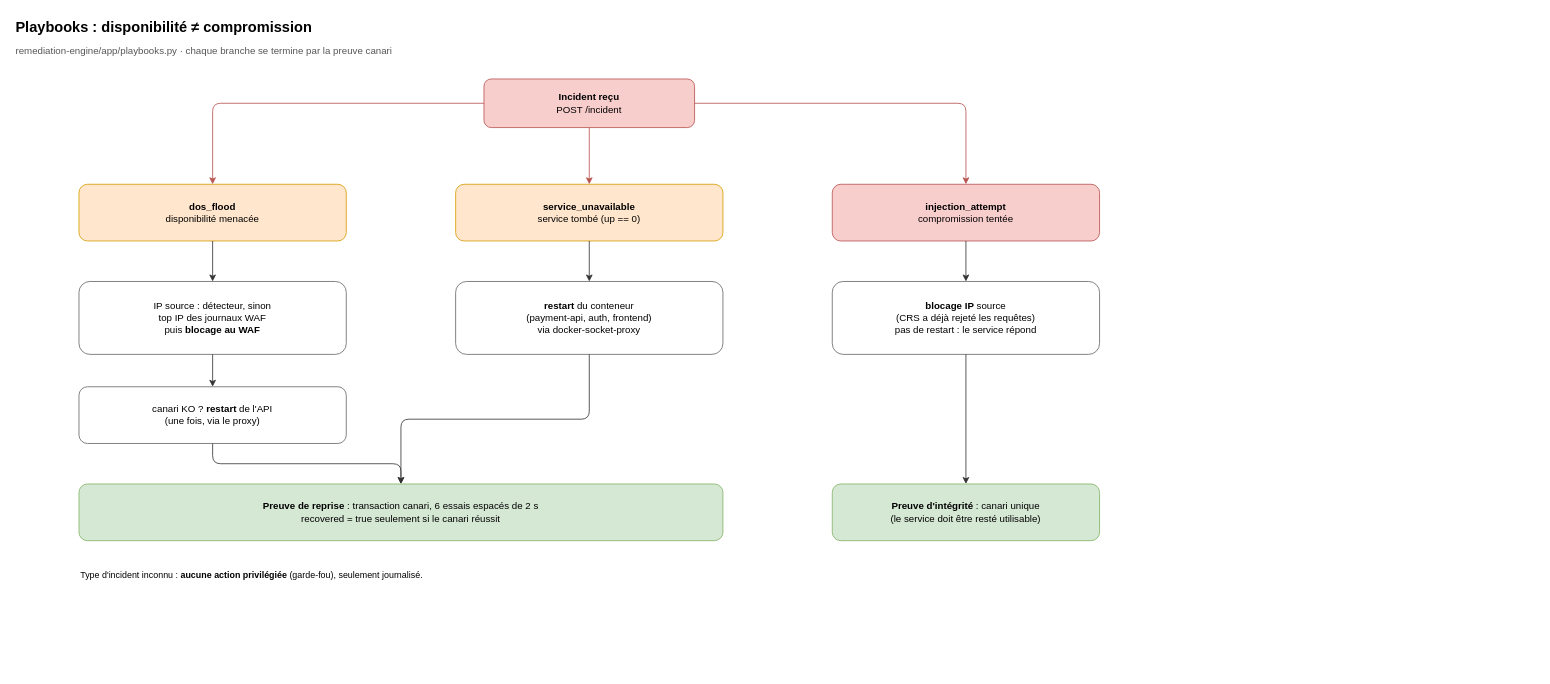
Before: page "Playbooks de remédiation" (2 of 2) of docs/diagrams/incident.drawio in Rococo77/Workshop-26, a draw.io diagram. Source tidied: cells renumbered, new cells numbered last; positions are measured from the earlier drawing's top-left corner, leaving out a move shared by most shapes. Both pictures are drawn from the tidied source at 81%, with x=0, y=0 at pixel (14, 14).
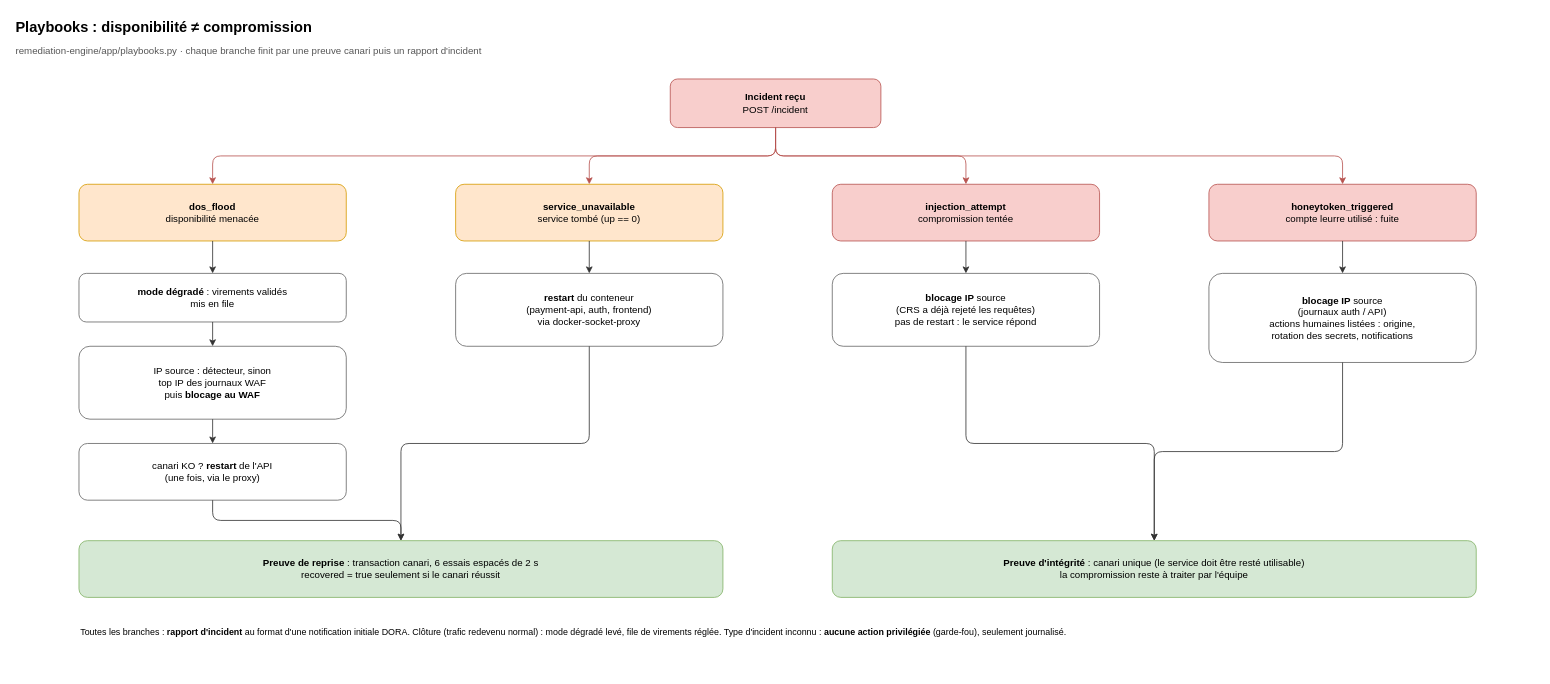
The same diagram, later.

The change refers to these unchanged cells:
```xml
<mxCell id="5" value="&lt;b&gt;dos_flood&lt;/b&gt;&lt;br&gt;disponibilité menacée" style="rounded=1;whiteSpace=wrap;html=1;fillColor=#ffe6cc;strokeColor=#d79b00;" parent="1" vertex="1">
  <mxGeometry x="80" y="210" width="330" height="70" as="geometry" />
</mxCell>
<mxCell id="6" value="&lt;b&gt;service_unavailable&lt;/b&gt;&lt;br&gt;service tombé (up == 0)" style="rounded=1;whiteSpace=wrap;html=1;fillColor=#ffe6cc;strokeColor=#d79b00;" parent="1" vertex="1">
  <mxGeometry x="545" y="210" width="330" height="70" as="geometry" />
</mxCell>
<mxCell id="7" value="&lt;b&gt;injection_attempt&lt;/b&gt;&lt;br&gt;compromission tentée" style="rounded=1;whiteSpace=wrap;html=1;fillColor=#f8cecc;strokeColor=#b85450;" parent="1" vertex="1">
  <mxGeometry x="1010" y="210" width="330" height="70" as="geometry" />
</mxCell>
```

Diff of the diagram source:
```diff
@@
     <mxCell id="2" value="&lt;b&gt;Playbooks : disponibilité ≠ compromission&lt;/b&gt;" style="text;html=1;whiteSpace=wrap;align=left;verticalAlign=top;fontSize=18;" parent="1" vertex="1">
-      <mxGeometry width="1420" height="30" as="geometry" />
+      <mxGeometry width="1880" height="30" as="geometry" />
     </mxCell>
-    <mxCell id="3" value="remediation-engine/app/playbooks.py · chaque branche se termine par la preuve canari" style="text;html=1;whiteSpace=wrap;align=left;verticalAlign=top;fontSize=12;fontColor=#555555;" parent="1" vertex="1">
-      <mxGeometry y="32" width="1420" height="24" as="geometry" />
+    <mxCell id="3" value="remediation-engine/app/playbooks.py · chaque branche finit par une preuve canari puis un rapport d'incident" style="text;html=1;whiteSpace=wrap;align=left;verticalAlign=top;fontSize=12;fontColor=#555555;" parent="1" vertex="1">
+      <mxGeometry y="32" width="1880" height="24" as="geometry" />
     </mxCell>
     <mxCell id="4" value="&lt;b&gt;Incident reçu&lt;/b&gt;&lt;br&gt;POST /incident" style="rounded=1;whiteSpace=wrap;html=1;fillColor=#f8cecc;strokeColor=#b85450;" parent="1" vertex="1">
-      <mxGeometry x="580" y="80" width="260" height="60" as="geometry" />
+      <mxGeometry x="810" y="80" width="260" height="60" as="geometry" />
     </mxCell>
@@
+    <mxCell id="25" value="&lt;b&gt;honeytoken_triggered&lt;/b&gt;&lt;br&gt;compte leurre utilisé : fuite" style="rounded=1;whiteSpace=wrap;html=1;fillColor=#f8cecc;strokeColor=#b85450;" parent="1" vertex="1">
+      <mxGeometry x="1475" y="210" width="330" height="70" as="geometry" />
+    </mxCell>
+    <mxCell id="26" value="&lt;b&gt;mode dégradé&lt;/b&gt; : virements validés&lt;br&gt;mis en file" style="rounded=1;whiteSpace=wrap;html=1;fillColor=#ffffff;strokeColor=#666666;" parent="1" vertex="1">
+      <mxGeometry x="80" y="320" width="330" height="60" as="geometry" />
+    </mxCell>
     <mxCell id="8" value="IP source : détecteur, sinon&lt;br&gt;top IP des journaux WAF&lt;br&gt;puis &lt;b&gt;blocage au WAF&lt;/b&gt;" style="rounded=1;whiteSpace=wrap;html=1;fillColor=#ffffff;strokeColor=#666666;" parent="1" vertex="1">
-      <mxGeometry x="80" y="330" width="330" height="90" as="geometry" />
+      <mxGeometry x="80" y="410" width="330" height="90" as="geometry" />
     </mxCell>
     <mxCell id="9" value="canari KO ? &lt;b&gt;restart&lt;/b&gt; de l'API&lt;br&gt;(une fois, via le proxy)" style="rounded=1;whiteSpace=wrap;html=1;fillColor=#ffffff;strokeColor=#666666;" parent="1" vertex="1">
-      <mxGeometry x="80" y="460" width="330" height="70" as="geometry" />
+      <mxGeometry x="80" y="530" width="330" height="70" as="geometry" />
     </mxCell>
     <mxCell id="10" value="&lt;b&gt;restart&lt;/b&gt; du conteneur&lt;br&gt;(payment-api, auth, frontend)&lt;br&gt;via docker-socket-proxy" style="rounded=1;whiteSpace=wrap;html=1;fillColor=#ffffff;strokeColor=#666666;" parent="1" vertex="1">
-      <mxGeometry x="545" y="330" width="330" height="90" as="geometry" />
+      <mxGeometry x="545" y="320" width="330" height="90" as="geometry" />
     </mxCell>
     <mxCell id="11" value="&lt;b&gt;blocage IP&lt;/b&gt; source&lt;br&gt;(CRS a déjà rejeté les requêtes)&lt;br&gt;pas de restart : le service répond" style="rounded=1;whiteSpace=wrap;html=1;fillColor=#ffffff;strokeColor=#666666;" parent="1" vertex="1">
-      <mxGeometry x="1010" y="330" width="330" height="90" as="geometry" />
+      <mxGeometry x="1010" y="320" width="330" height="90" as="geometry" />
     </mxCell>
+    <mxCell id="27" value="&lt;b&gt;blocage IP&lt;/b&gt; source&lt;br&gt;(journaux auth / API)&lt;br&gt;actions humaines listées : origine,&lt;br&gt;rotation des secrets, notifications" style="rounded=1;whiteSpace=wrap;html=1;fillColor=#ffffff;strokeColor=#666666;" parent="1" vertex="1">
+      <mxGeometry x="1475" y="320" width="330" height="110" as="geometry" />
+    </mxCell>
     <mxCell id="12" value="&lt;b&gt;Preuve de reprise&lt;/b&gt; : transaction canari, 6 essais espacés de 2 s&lt;br&gt;recovered = true seulement si le canari réussit" style="rounded=1;whiteSpace=wrap;html=1;fillColor=#d5e8d4;strokeColor=#82b366;" parent="1" vertex="1">
-      <mxGeometry x="80" y="580" width="795" height="70" as="geometry" />
+      <mxGeometry x="80" y="650" width="795" height="70" as="geometry" />
     </mxCell>
-    <mxCell id="13" value="&lt;b&gt;Preuve d'intégrité&lt;/b&gt; : canari unique&lt;br&gt;(le service doit être resté utilisable)" style="rounded=1;whiteSpace=wrap;html=1;fillColor=#d5e8d4;strokeColor=#82b366;" parent="1" vertex="1">
-      <mxGeometry x="1010" y="580" width="330" height="70" as="geometry" />
+    <mxCell id="13" value="&lt;b&gt;Preuve d'intégrité&lt;/b&gt; : canari unique (le service doit être resté utilisable)&lt;br&gt;la compromission reste à traiter par l'équipe" style="rounded=1;whiteSpace=wrap;html=1;fillColor=#d5e8d4;strokeColor=#82b366;" parent="1" vertex="1">
+      <mxGeometry x="1010" y="650" width="795" height="70" as="geometry" />
     </mxCell>
-    <mxCell id="14" style="edgeStyle=orthogonalEdgeStyle;rounded=1;html=1;labelBackgroundColor=default;fontSize=11;strokeColor=#b85450;fontColor=#b85450;strokeWidth=1;" parent="1" edge="1" source="4" target="5">
-      <mxGeometry relative="1" as="geometry" />
+    <mxCell id="14" style="edgeStyle=orthogonalEdgeStyle;rounded=1;html=1;labelBackgroundColor=default;fontSize=11;strokeColor=#b85450;fontColor=#b85450;strokeWidth=1;exitX=0.5;exitY=1;exitDx=0;exitDy=0;entryX=0.5;entryY=0;entryDx=0;entryDy=0;" parent="1" edge="1" source="4" target="5">
+      <mxGeometry relative="1" as="geometry">
+        <Array as="points">
+          <mxPoint x="940" y="175" />
+          <mxPoint x="245" y="175" />
+        </Array>
+      </mxGeometry>
     </mxCell>
-    <mxCell id="15" style="edgeStyle=orthogonalEdgeStyle;rounded=1;html=1;labelBackgroundColor=default;fontSize=11;strokeColor=#b85450;fontColor=#b85450;strokeWidth=1;" parent="1" edge="1" source="4" target="6">
-      <mxGeometry relative="1" as="geometry" />
+    <mxCell id="15" style="edgeStyle=orthogonalEdgeStyle;rounded=1;html=1;labelBackgroundColor=default;fontSize=11;strokeColor=#b85450;fontColor=#b85450;strokeWidth=1;exitX=0.5;exitY=1;exitDx=0;exitDy=0;entryX=0.5;entryY=0;entryDx=0;entryDy=0;" parent="1" edge="1" source="4" target="6">
+      <mxGeometry relative="1" as="geometry">
+        <Array as="points">
+          <mxPoint x="940" y="175" />
+          <mxPoint x="710" y="175" />
+        </Array>
+      </mxGeometry>
     </mxCell>
-    <mxCell id="16" style="edgeStyle=orthogonalEdgeStyle;rounded=1;html=1;labelBackgroundColor=default;fontSize=11;strokeColor=#b85450;fontColor=#b85450;strokeWidth=1;" parent="1" edge="1" source="4" target="7">
-      <mxGeometry relative="1" as="geometry" />
+    <mxCell id="16" style="edgeStyle=orthogonalEdgeStyle;rounded=1;html=1;labelBackgroundColor=default;fontSize=11;strokeColor=#b85450;fontColor=#b85450;strokeWidth=1;exitX=0.5;exitY=1;exitDx=0;exitDy=0;entryX=0.5;entryY=0;entryDx=0;entryDy=0;" parent="1" edge="1" source="4" target="7">
+      <mxGeometry relative="1" as="geometry">
+        <Array as="points">
+          <mxPoint x="940" y="175" />
+          <mxPoint x="1175" y="175" />
+        </Array>
+      </mxGeometry>
     </mxCell>
-    <mxCell id="17" style="edgeStyle=orthogonalEdgeStyle;rounded=1;html=1;labelBackgroundColor=default;fontSize=11;strokeColor=#333333;fontColor=#333333;strokeWidth=1;" parent="1" edge="1" source="5" target="8">
-      <mxGeometry relative="1" as="geometry" />
+    <mxCell id="17" style="edgeStyle=orthogonalEdgeStyle;rounded=1;html=1;labelBackgroundColor=default;fontSize=11;strokeColor=#b85450;fontColor=#b85450;strokeWidth=1;exitX=0.5;exitY=1;exitDx=0;exitDy=0;entryX=0.5;entryY=0;entryDx=0;entryDy=0;" parent="1" edge="1" source="4" target="25">
+      <mxGeometry relative="1" as="geometry">
+        <Array as="points">
+          <mxPoint x="940" y="175" />
+          <mxPoint x="1640" y="175" />
+        </Array>
+      </mxGeometry>
     </mxCell>
-    <mxCell id="18" style="edgeStyle=orthogonalEdgeStyle;rounded=1;html=1;labelBackgroundColor=default;fontSize=11;strokeColor=#333333;fontColor=#333333;strokeWidth=1;" parent="1" edge="1" source="8" target="9">
+    <mxCell id="18" style="edgeStyle=orthogonalEdgeStyle;rounded=1;html=1;labelBackgroundColor=default;fontSize=11;strokeColor=#333333;fontColor=#333333;strokeWidth=1;" parent="1" edge="1" source="5" target="26">
       <mxGeometry relative="1" as="geometry" />
     </mxCell>
-    <mxCell id="19" style="edgeStyle=orthogonalEdgeStyle;rounded=1;html=1;labelBackgroundColor=default;fontSize=11;strokeColor=#333333;fontColor=#333333;strokeWidth=1;" parent="1" edge="1" source="9" target="12">
+    <mxCell id="19" style="edgeStyle=orthogonalEdgeStyle;rounded=1;html=1;labelBackgroundColor=default;fontSize=11;strokeColor=#333333;fontColor=#333333;strokeWidth=1;" parent="1" edge="1" source="26" target="8">
       <mxGeometry relative="1" as="geometry" />
     </mxCell>
-    <mxCell id="20" style="edgeStyle=orthogonalEdgeStyle;rounded=1;html=1;labelBackgroundColor=default;fontSize=11;strokeColor=#333333;fontColor=#333333;strokeWidth=1;" parent="1" edge="1" source="6" target="10">
+    <mxCell id="20" style="edgeStyle=orthogonalEdgeStyle;rounded=1;html=1;labelBackgroundColor=default;fontSize=11;strokeColor=#333333;fontColor=#333333;strokeWidth=1;" parent="1" edge="1" source="8" target="9">
       <mxGeometry relative="1" as="geometry" />
     </mxCell>
-    <mxCell id="21" style="edgeStyle=orthogonalEdgeStyle;rounded=1;html=1;labelBackgroundColor=default;fontSize=11;strokeColor=#333333;fontColor=#333333;strokeWidth=1;" parent="1" edge="1" source="10" target="12">
+    <mxCell id="21" style="edgeStyle=orthogonalEdgeStyle;rounded=1;html=1;labelBackgroundColor=default;fontSize=11;strokeColor=#333333;fontColor=#333333;strokeWidth=1;" parent="1" edge="1" source="9" target="12">
       <mxGeometry relative="1" as="geometry" />
     </mxCell>
-    <mxCell id="22" style="edgeStyle=orthogonalEdgeStyle;rounded=1;html=1;labelBackgroundColor=default;fontSize=11;strokeColor=#333333;fontColor=#333333;strokeWidth=1;" parent="1" edge="1" source="7" target="11">
+    <mxCell id="22" style="edgeStyle=orthogonalEdgeStyle;rounded=1;html=1;labelBackgroundColor=default;fontSize=11;strokeColor=#333333;fontColor=#333333;strokeWidth=1;" parent="1" edge="1" source="6" target="10">
       <mxGeometry relative="1" as="geometry" />
     </mxCell>
-    <mxCell id="23" style="edgeStyle=orthogonalEdgeStyle;rounded=1;html=1;labelBackgroundColor=default;fontSize=11;strokeColor=#333333;fontColor=#333333;strokeWidth=1;" parent="1" edge="1" source="11" target="13">
+    <mxCell id="23" style="edgeStyle=orthogonalEdgeStyle;rounded=1;html=1;labelBackgroundColor=default;fontSize=11;strokeColor=#333333;fontColor=#333333;strokeWidth=1;" parent="1" edge="1" source="10" target="12">
       <mxGeometry relative="1" as="geometry" />
     </mxCell>
-    <mxCell id="24" value="Type d'incident inconnu : &lt;b&gt;aucune action privilégiée&lt;/b&gt; (garde-fou), seulement journalisé." style="text;html=1;whiteSpace=wrap;align=left;verticalAlign=top;fontSize=11;" parent="1" vertex="1">
-      <mxGeometry x="80" y="680" width="1260" height="40" as="geometry" />
-    </mxCell>
+    <mxCell id="28" style="edgeStyle=orthogonalEdgeStyle;rounded=1;html=1;labelBackgroundColor=default;fontSize=11;strokeColor=#333333;fontColor=#333333;strokeWidth=1;" parent="1" edge="1" source="7" target="11">
+      <mxGeometry relative="1" as="geometry" />
+    </mxCell>
+    <mxCell id="29" style="edgeStyle=orthogonalEdgeStyle;rounded=1;html=1;labelBackgroundColor=default;fontSize=11;strokeColor=#333333;fontColor=#333333;strokeWidth=1;" parent="1" edge="1" source="11" target="13">
+      <mxGeometry relative="1" as="geometry" />
+    </mxCell>
+    <mxCell id="30" style="edgeStyle=orthogonalEdgeStyle;rounded=1;html=1;labelBackgroundColor=default;fontSize=11;strokeColor=#333333;fontColor=#333333;strokeWidth=1;" parent="1" edge="1" source="25" target="27">
+      <mxGeometry relative="1" as="geometry" />
+    </mxCell>
+    <mxCell id="31" style="edgeStyle=orthogonalEdgeStyle;rounded=1;html=1;labelBackgroundColor=default;fontSize=11;strokeColor=#333333;fontColor=#333333;strokeWidth=1;" parent="1" edge="1" source="27" target="13">
+      <mxGeometry relative="1" as="geometry" />
+    </mxCell>
+    <mxCell id="32" value="Toutes les branches : &lt;b&gt;rapport d'incident&lt;/b&gt; au format d'une notification initiale DORA. Clôture (trafic redevenu normal) : mode dégradé levé, file de virements réglée. Type d'incident inconnu : &lt;b&gt;aucune action privilégiée&lt;/b&gt; (garde-fou), seulement journalisé." style="text;html=1;whiteSpace=wrap;align=left;verticalAlign=top;fontSize=11;" parent="1" vertex="1">
+      <mxGeometry x="80" y="750" width="1725" height="60" as="geometry" />
+    </mxCell>
```
